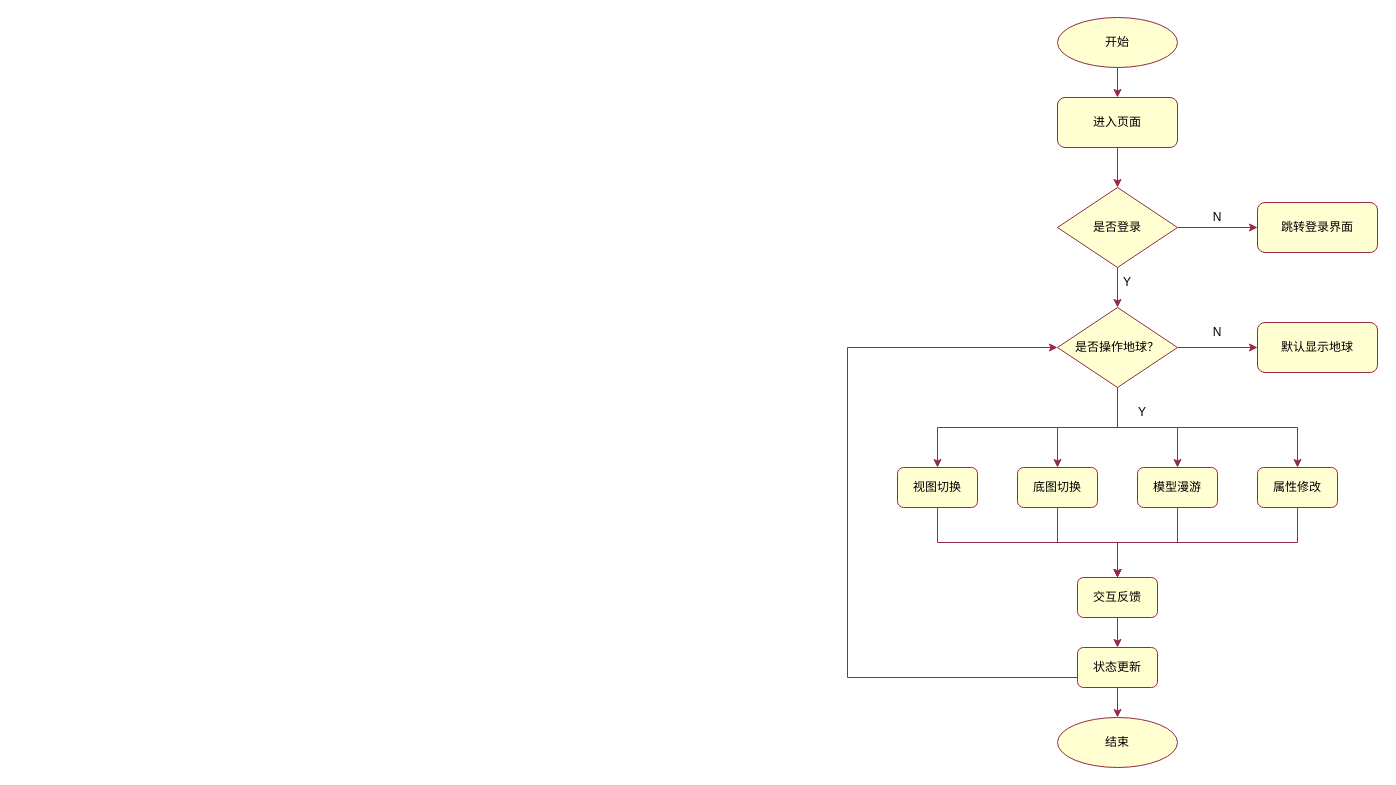
Earlier version of the draw.io diagram page "地理模块流程图" (14 of 16) of 毕业设计/毕业设计.drawio (bosombaby/draw-store). Source tidied: cells renumbered, new cells numbered last; positions are measured from the earlier drawing's top-left corner, leaving out a move shared by most shapes. Both pictures are drawn from the tidied source at 100%, with x=0, y=0 at pixel (847, 17).
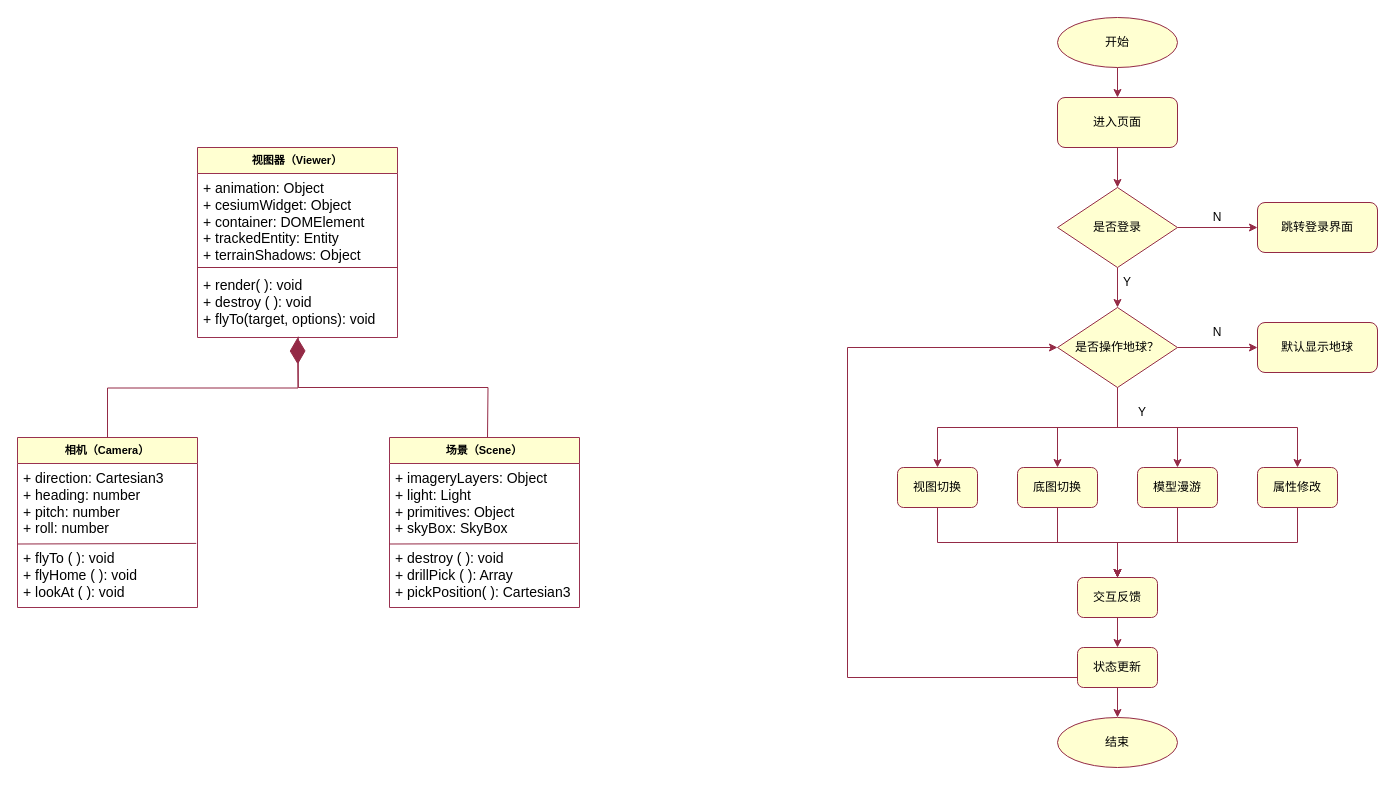
The same diagram, later.

Change to the diagram source:
```diff
@@
+    <mxCell id="35" value="视图器（Viewer）" style="swimlane;fontStyle=1;align=center;verticalAlign=top;horizontal=1;startSize=26;whiteSpace=wrap;html=1;strokeColor=#993150;fontFamily=Helvetica;fontSize=11;fontColor=default;fillColor=#FFFFD1;" parent="1" vertex="1">
+      <mxGeometry x="-650" y="130" width="200" height="190" as="geometry" />
+    </mxCell>
+    <mxCell id="36" value="&lt;div&gt;&lt;font style=&quot;font-size: 14px;&quot;&gt;+ animation: Object&lt;/font&gt;&lt;/div&gt;&lt;div&gt;&lt;font style=&quot;font-size: 14px;&quot;&gt;+ cesiumWidget: Object&lt;/font&gt;&lt;/div&gt;&lt;div&gt;&lt;font style=&quot;font-size: 14px;&quot;&gt;+ container: DOMElement&lt;/font&gt;&lt;/div&gt;&lt;div&gt;&lt;font style=&quot;font-size: 14px;&quot;&gt;+ trackedEntity: Entity&lt;/font&gt;&lt;/div&gt;&lt;div&gt;&lt;font style=&quot;font-size: 14px;&quot;&gt;+ terrainShadows: Object&lt;/font&gt;&lt;/div&gt;&lt;div&gt;&lt;br&gt;&lt;/div&gt;&lt;div&gt;&lt;span style=&quot;font-size: 14px;&quot;&gt;+ render( ): void&lt;/span&gt;&lt;span style=&quot;font-size: 14px; background-color: initial;&quot;&gt;&lt;br&gt;&lt;/span&gt;&lt;/div&gt;&lt;div&gt;&lt;span style=&quot;font-size: 14px;&quot;&gt;+ destroy ( ): void&lt;/span&gt;&lt;span style=&quot;font-size: 14px;&quot;&gt;&lt;br&gt;&lt;/span&gt;&lt;/div&gt;&lt;div&gt;&lt;span style=&quot;font-size: 14px; background-color: initial;&quot;&gt;+ flyTo(target, options): void&lt;/span&gt;&lt;/div&gt;&lt;div&gt;&lt;br&gt;&lt;/div&gt;" style="text;strokeColor=none;fillColor=none;align=left;verticalAlign=top;spacingLeft=4;spacingRight=4;overflow=hidden;points=[[0,0.5],[1,0.5]];portConstraint=eastwest;whiteSpace=wrap;html=1;fontSize=11;fontFamily=Helvetica;fontColor=default;" parent="35" vertex="1">
+      <mxGeometry y="26" width="200" height="164" as="geometry" />
+    </mxCell>
+    <mxCell id="37" style="endArrow=none;html=1;rounded=0;strokeColor=#942A46;align=center;verticalAlign=middle;fontFamily=Helvetica;fontSize=15;fontColor=default;labelBackgroundColor=default;fillColor=#FFFFD1;" parent="35" edge="1">
+      <mxGeometry relative="1" as="geometry">
+        <mxPoint y="120" as="sourcePoint" />
+        <mxPoint x="200" y="120" as="targetPoint" />
+      </mxGeometry>
+    </mxCell>
+    <mxCell id="38" value="相机（Camera）" style="swimlane;fontStyle=1;align=center;verticalAlign=top;horizontal=1;startSize=26;whiteSpace=wrap;html=1;strokeColor=#993150;fontFamily=Helvetica;fontSize=11;fontColor=default;fillColor=#FFFFD1;" parent="1" vertex="1">
+      <mxGeometry x="-830" y="420" width="180" height="170" as="geometry" />
+    </mxCell>
+    <mxCell id="39" value="&lt;div&gt;&lt;font style=&quot;font-size: 14px;&quot;&gt;+ direction: Cartesian3&lt;/font&gt;&lt;/div&gt;&lt;div&gt;&lt;font style=&quot;font-size: 14px;&quot;&gt;+ heading: number&lt;/font&gt;&lt;/div&gt;&lt;div&gt;&lt;font style=&quot;font-size: 14px;&quot;&gt;+ pitch: number&lt;/font&gt;&lt;/div&gt;&lt;div&gt;&lt;font style=&quot;font-size: 14px;&quot;&gt;+ roll: number&lt;/font&gt;&lt;/div&gt;&lt;div&gt;&lt;br&gt;&lt;/div&gt;&lt;div&gt;&lt;span style=&quot;font-size: 14px;&quot;&gt;+ flyTo ( ): void&lt;/span&gt;&lt;span style=&quot;font-size: 14px;&quot;&gt;&lt;br&gt;&lt;/span&gt;&lt;/div&gt;&lt;div&gt;&lt;span style=&quot;font-size: 14px;&quot;&gt;+ flyHome ( ): void&lt;/span&gt;&lt;/div&gt;&lt;div&gt;&lt;span style=&quot;font-size: 14px;&quot;&gt;+ lookAt ( ): void&lt;/span&gt;&lt;/div&gt;&lt;div&gt;&lt;br&gt;&lt;/div&gt;" style="text;strokeColor=none;fillColor=none;align=left;verticalAlign=top;spacingLeft=4;spacingRight=4;overflow=hidden;points=[[0,0.5],[1,0.5]];portConstraint=eastwest;whiteSpace=wrap;html=1;fontSize=11;fontFamily=Helvetica;fontColor=default;" parent="38" vertex="1">
+      <mxGeometry y="26" width="180" height="144" as="geometry" />
+    </mxCell>
+    <mxCell id="40" style="endArrow=none;html=1;rounded=0;strokeColor=#942A46;align=center;verticalAlign=middle;fontFamily=Helvetica;fontSize=15;fontColor=default;labelBackgroundColor=default;fillColor=#FFFFD1;entryX=0.993;entryY=0.555;entryDx=0;entryDy=0;entryPerimeter=0;exitX=-0.002;exitY=0.559;exitDx=0;exitDy=0;exitPerimeter=0;" parent="38" edge="1" source="39" target="39">
+      <mxGeometry relative="1" as="geometry" />
+    </mxCell>
+    <mxCell id="41" style="endArrow=diamondThin;endFill=1;endSize=24;html=1;rounded=0;labelBackgroundColor=default;strokeColor=#942A46;align=center;verticalAlign=middle;fontFamily=Helvetica;fontSize=11;fontColor=default;shape=connector;edgeStyle=orthogonalEdgeStyle;entryX=0.5;entryY=1;entryDx=0;entryDy=0;entryPerimeter=0;exitX=0.5;exitY=0;exitDx=0;exitDy=0;" parent="1" edge="1" source="38">
+      <mxGeometry relative="1" as="geometry">
+        <mxPoint x="-550" y="320" as="targetPoint" />
+      </mxGeometry>
+    </mxCell>
+    <mxCell id="42" style="edgeStyle=orthogonalEdgeStyle;rounded=0;jettySize=auto;html=1;exitX=0.5;exitY=0;exitDx=0;exitDy=0;entryX=0.504;entryY=0.995;entryDx=0;entryDy=0;entryPerimeter=0;endArrow=none;endFill=0;strokeColor=#942A46;" parent="1" edge="1" target="36">
+      <mxGeometry relative="1" as="geometry">
+        <mxPoint x="-360" y="420" as="sourcePoint" />
+      </mxGeometry>
+    </mxCell>
+    <mxCell id="43" value="场景（Scene）" style="swimlane;fontStyle=1;align=center;verticalAlign=top;horizontal=1;startSize=26;whiteSpace=wrap;html=1;strokeColor=#993150;fontFamily=Helvetica;fontSize=11;fontColor=default;fillColor=#FFFFD1;" parent="1" vertex="1">
+      <mxGeometry x="-458" y="420" width="190" height="170" as="geometry" />
+    </mxCell>
+    <mxCell id="44" value="&lt;div&gt;&lt;font style=&quot;font-size: 14px;&quot;&gt;+ imageryLayers: Object&lt;/font&gt;&lt;/div&gt;&lt;div&gt;&lt;font style=&quot;font-size: 14px;&quot;&gt;+ light: Light&lt;/font&gt;&lt;/div&gt;&lt;div&gt;&lt;font style=&quot;font-size: 14px;&quot;&gt;+ primitives: Object&lt;/font&gt;&lt;/div&gt;&lt;div&gt;&lt;font style=&quot;font-size: 14px;&quot;&gt;+ skyBox: SkyBox&lt;/font&gt;&lt;/div&gt;&lt;div&gt;&lt;br&gt;&lt;/div&gt;&lt;div&gt;&lt;span style=&quot;font-size: 14px; background-color: initial;&quot;&gt;+ destroy ( ): void&lt;/span&gt;&lt;/div&gt;&lt;div&gt;&lt;span style=&quot;font-size: 14px; background-color: initial;&quot;&gt;+ drillPick ( ): Array&lt;/span&gt;&lt;br&gt;&lt;/div&gt;&lt;div&gt;&lt;span style=&quot;font-size: 14px;&quot;&gt;+ pickPosition( ): Cartesian3&lt;/span&gt;&lt;/div&gt;&lt;div&gt;&lt;br&gt;&lt;/div&gt;" style="text;strokeColor=none;fillColor=none;align=left;verticalAlign=top;spacingLeft=4;spacingRight=4;overflow=hidden;points=[[0,0.5],[1,0.5]];portConstraint=eastwest;whiteSpace=wrap;html=1;fontSize=11;fontFamily=Helvetica;fontColor=default;" parent="43" vertex="1">
+      <mxGeometry y="26" width="190" height="144" as="geometry" />
+    </mxCell>
+    <mxCell id="45" style="endArrow=none;html=1;rounded=0;strokeColor=#942A46;align=center;verticalAlign=middle;fontFamily=Helvetica;fontSize=15;fontColor=default;labelBackgroundColor=default;fillColor=#FFFFD1;entryX=0.993;entryY=0.555;entryDx=0;entryDy=0;entryPerimeter=0;exitX=-0.002;exitY=0.559;exitDx=0;exitDy=0;exitPerimeter=0;" parent="43" edge="1" source="44" target="44">
+      <mxGeometry relative="1" as="geometry" />
+    </mxCell>
```
